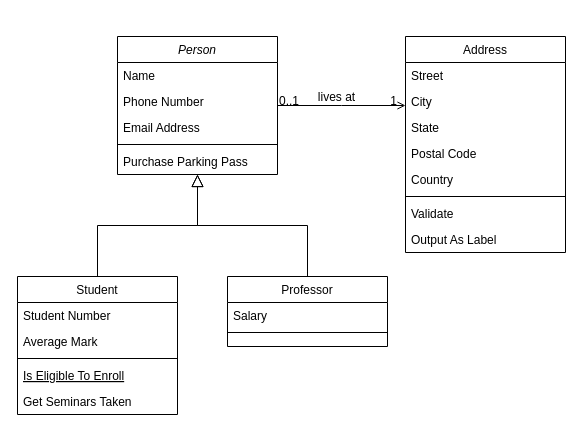
TheLucifurry/drawio keeps this draw.io diagram as d/Диаграмма без названия.drawio. Above is the earlier version. Source tidied: cells renumbered, new cells numbered last; positions are measured from the earlier drawing's top-left corner, leaving out a move shared by most shapes. Both pictures are drawn from the tidied source at 100%, with x=0, y=0 at pixel (17, 36).
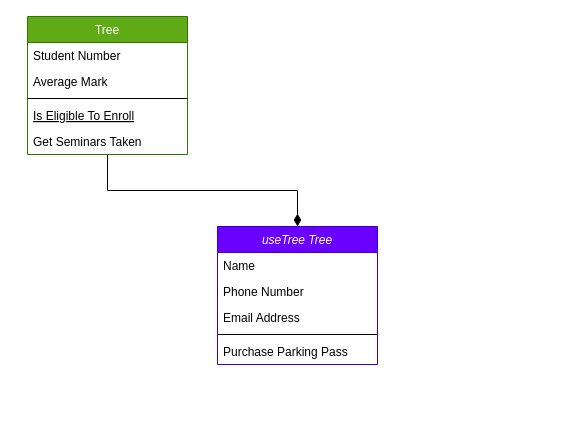
The same page after the edit.

Diff of the diagram source:
```diff
@@
-    <mxCell id="2" value="Person" style="swimlane;fontStyle=2;align=center;verticalAlign=top;horizontal=1;startSize=26;rounded=0;shadow=0;strokeWidth=1;" parent="1" vertex="1">
-      <mxGeometry x="100" width="160" height="138" as="geometry" />
+    <mxCell id="2" value="useTree Tree" style="swimlane;fontStyle=2;align=center;verticalAlign=top;horizontal=1;startSize=26;rounded=0;shadow=0;strokeWidth=1;fillColor=#6a00ff;strokeColor=#3700CC;fontColor=#ffffff;" parent="1" vertex="1">
+      <mxGeometry x="200" y="190" width="160" height="138" as="geometry" />
     </mxCell>
@@
+    <mxCell id="14" style="edgeStyle=elbowEdgeStyle;shape=connector;rounded=0;jettySize=auto;elbow=vertical;html=1;entryX=0.5;entryY=0;entryDx=0;entryDy=0;shadow=0;labelBackgroundColor=default;strokeColor=default;strokeWidth=1;align=center;verticalAlign=middle;fontFamily=Helvetica;fontSize=11;fontColor=default;endArrow=diamondThin;endFill=1;endSize=10;" parent="1" edge="1" source="8" target="2">
+      <mxGeometry relative="1" as="geometry" />
+    </mxCell>
-    <mxCell id="8" value="Student" style="swimlane;fontStyle=0;align=center;verticalAlign=top;horizontal=1;startSize=26;rounded=0;shadow=0;strokeWidth=1;" parent="1" vertex="1">
-      <mxGeometry y="240" width="160" height="138" as="geometry" />
+    <mxCell id="8" value="Tree" style="swimlane;fontStyle=0;align=center;verticalAlign=top;horizontal=1;startSize=26;rounded=0;shadow=0;strokeWidth=1;fillColor=#60a917;strokeColor=#2D7600;fontColor=#ffffff;" parent="1" vertex="1">
+      <mxGeometry x="10" y="-20" width="160" height="138" as="geometry" />
     </mxCell>
@@
-    <mxCell id="14" style="endArrow=block;endSize=10;endFill=0;shadow=0;strokeWidth=1;rounded=0;edgeStyle=elbowEdgeStyle;elbow=vertical;" parent="1" edge="1" source="8" target="2">
-      <mxGeometry relative="1" as="geometry" />
-    </mxCell>
-    <mxCell id="15" value="Professor" style="swimlane;fontStyle=0;align=center;verticalAlign=top;horizontal=1;startSize=26;rounded=0;shadow=0;strokeWidth=1;" parent="1" vertex="1">
-      <mxGeometry x="210" y="240" width="160" height="70" as="geometry" />
-    </mxCell>
-    <mxCell id="16" value="Salary" style="text;align=left;verticalAlign=top;spacingLeft=4;spacingRight=4;overflow=hidden;" parent="15" vertex="1">
-      <mxGeometry y="26" width="160" height="26" as="geometry" />
-    </mxCell>
-    <mxCell id="17" style="line;html=1;strokeWidth=1;align=left;verticalAlign=middle;spacingTop=-1;spacingLeft=3;spacingRight=3;labelPosition=right;" parent="15" vertex="1">
-      <mxGeometry y="52" width="160" height="8" as="geometry" />
-    </mxCell>
-    <mxCell id="18" style="endArrow=block;endSize=10;endFill=0;shadow=0;strokeWidth=1;rounded=0;edgeStyle=elbowEdgeStyle;elbow=vertical;" parent="1" edge="1" source="15" target="2">
-      <mxGeometry relative="1" as="geometry" />
-    </mxCell>
-    <mxCell id="19" value="Address" style="swimlane;fontStyle=0;align=center;verticalAlign=top;horizontal=1;startSize=26;rounded=0;shadow=0;strokeWidth=1;" parent="1" vertex="1">
-      <mxGeometry x="388" width="160" height="216" as="geometry" />
-    </mxCell>
-    <mxCell id="20" value="Street" style="text;align=left;verticalAlign=top;spacingLeft=4;spacingRight=4;overflow=hidden;" parent="19" vertex="1">
-      <mxGeometry y="26" width="160" height="26" as="geometry" />
-    </mxCell>
-    <mxCell id="21" value="City" style="text;align=left;verticalAlign=top;spacingLeft=4;spacingRight=4;overflow=hidden;rounded=0;shadow=0;html=0;" parent="19" vertex="1">
-      <mxGeometry y="52" width="160" height="26" as="geometry" />
-    </mxCell>
-    <mxCell id="22" value="State" style="text;align=left;verticalAlign=top;spacingLeft=4;spacingRight=4;overflow=hidden;rounded=0;shadow=0;html=0;" parent="19" vertex="1">
-      <mxGeometry y="78" width="160" height="26" as="geometry" />
-    </mxCell>
-    <mxCell id="23" value="Postal Code" style="text;align=left;verticalAlign=top;spacingLeft=4;spacingRight=4;overflow=hidden;rounded=0;shadow=0;html=0;" parent="19" vertex="1">
-      <mxGeometry y="104" width="160" height="26" as="geometry" />
-    </mxCell>
-    <mxCell id="24" value="Country" style="text;align=left;verticalAlign=top;spacingLeft=4;spacingRight=4;overflow=hidden;rounded=0;shadow=0;html=0;" parent="19" vertex="1">
-      <mxGeometry y="130" width="160" height="26" as="geometry" />
-    </mxCell>
-    <mxCell id="25" style="line;html=1;strokeWidth=1;align=left;verticalAlign=middle;spacingTop=-1;spacingLeft=3;spacingRight=3;labelPosition=right;" parent="19" vertex="1">
-      <mxGeometry y="156" width="160" height="8" as="geometry" />
-    </mxCell>
-    <mxCell id="26" value="Validate" style="text;align=left;verticalAlign=top;spacingLeft=4;spacingRight=4;overflow=hidden;" parent="19" vertex="1">
-      <mxGeometry y="164" width="160" height="26" as="geometry" />
-    </mxCell>
-    <mxCell id="27" value="Output As Label" style="text;align=left;verticalAlign=top;spacingLeft=4;spacingRight=4;overflow=hidden;" parent="19" vertex="1">
-      <mxGeometry y="190" width="160" height="26" as="geometry" />
-    </mxCell>
-    <mxCell id="28" style="endArrow=open;shadow=0;strokeWidth=1;rounded=0;endFill=1;edgeStyle=elbowEdgeStyle;elbow=vertical;" parent="1" edge="1" source="2" target="19">
-      <mxGeometry x="0.5" y="41" relative="1" as="geometry">
-        <mxPoint x="-40" y="32" as="offset" />
-      </mxGeometry>
-    </mxCell>
-    <mxCell id="29" value="0..1" style="align=left;verticalAlign=bottom;labelBackgroundColor=none;fontSize=12;" parent="28" vertex="1">
-      <mxGeometry x="-1" relative="1" as="geometry">
-        <mxPoint y="4" as="offset" />
-      </mxGeometry>
-    </mxCell>
-    <mxCell id="30" value="1" style="align=right;verticalAlign=bottom;labelBackgroundColor=none;fontSize=12;" parent="28" vertex="1">
-      <mxGeometry x="1" relative="1" as="geometry">
-        <mxPoint x="-7" y="4" as="offset" />
-      </mxGeometry>
-    </mxCell>
-    <mxCell id="31" value="lives at" style="text;html=1;align=center;verticalAlign=middle;labelBackgroundColor=none;rounded=0;shadow=0;strokeWidth=1;fontSize=12;" parent="28" vertex="1">
-      <mxGeometry x="0.5" y="49" relative="1" as="geometry">
-        <mxPoint x="-38" y="40" as="offset" />
-      </mxGeometry>
-    </mxCell>
```
